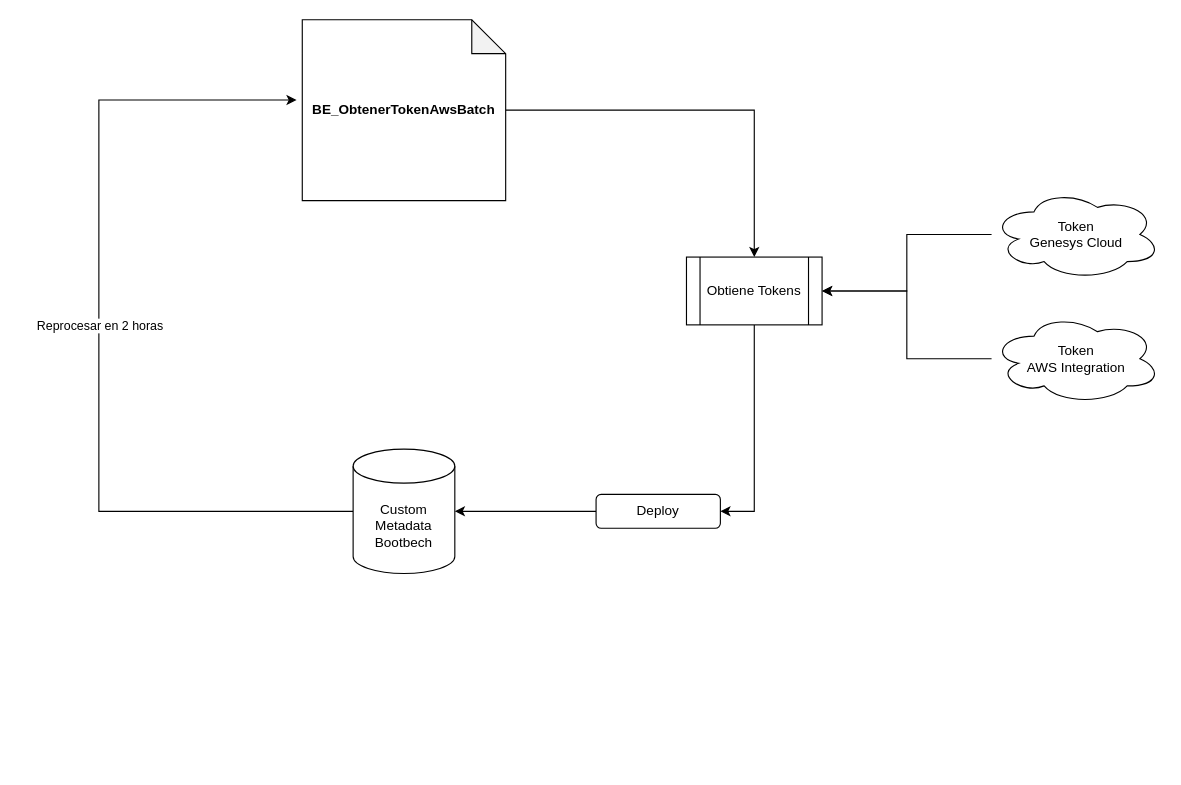
nonate/personalProject keeps this draw.io diagram as Batch.drawio. Above is the earlier version. Source tidied: cells renumbered, new cells numbered last; positions are measured from the earlier drawing's top-left corner, leaving out a move shared by most shapes. Both pictures are drawn from the tidied source at 113%, with x=0, y=0 at pixel (98, 19).
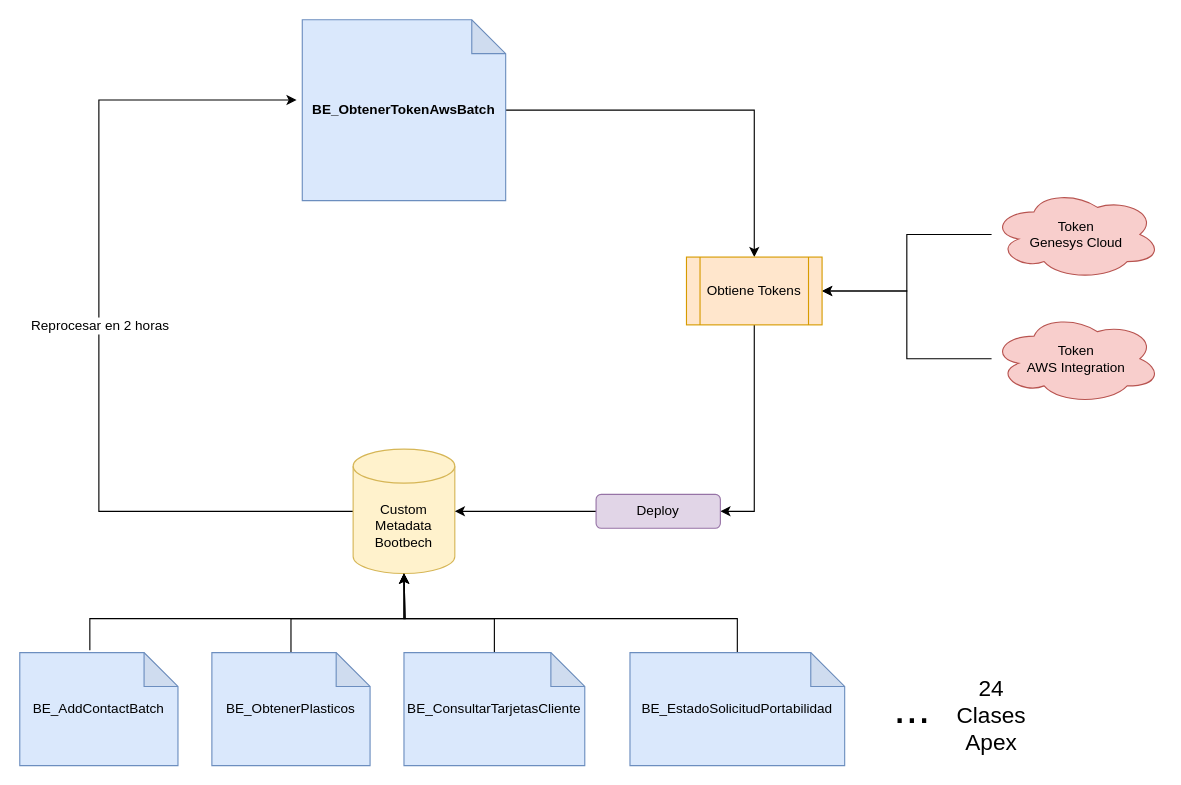
The same diagram, later.

The change refers to these unchanged cells:
```xml
<mxCell id="4" style="edgeStyle=orthogonalEdgeStyle;rounded=0;jettySize=auto;html=1;entryX=-0.028;entryY=0.444;entryDx=0;entryDy=0;entryPerimeter=0;exitX=0;exitY=0.5;exitDx=0;exitDy=0;exitPerimeter=0;" parent="1" edge="1" source="6" target="3">
  <mxGeometry relative="1" as="geometry">
    <Array as="points">
      <mxPoint y="435" />
      <mxPoint y="71" />
    </Array>
  </mxGeometry>
</mxCell>
```

Diff of the diagram source:
```diff
@@
-    <mxCell id="3" value="&lt;b&gt;BE_ObtenerTokenAwsBatch&lt;/b&gt;&lt;br&gt;" style="shape=note;whiteSpace=wrap;html=1;backgroundOutline=1;darkOpacity=0.05;" parent="1" vertex="1">
+    <mxCell id="3" value="&lt;b&gt;BE_ObtenerTokenAwsBatch&lt;/b&gt;&lt;br&gt;" style="shape=note;whiteSpace=wrap;html=1;backgroundOutline=1;darkOpacity=0.05;fillColor=#dae8fc;strokeColor=#6c8ebf;" parent="1" vertex="1">
       <mxGeometry x="180" width="180" height="160" as="geometry" />
     </mxCell>
@@
-    <mxCell id="5" value="Reprocesar en 2 horas" style="edgeLabel;html=1;align=center;verticalAlign=middle;" parent="4" vertex="1">
+    <mxCell id="5" value="&lt;font style=&quot;font-size: 12px;&quot;&gt;Reprocesar en 2 horas&lt;/font&gt;" style="edgeLabel;html=1;align=center;verticalAlign=middle;" parent="4" vertex="1">
       <mxGeometry x="0.02" relative="1" as="geometry" />
     </mxCell>
-    <mxCell id="6" value="Custom Metadata&lt;br&gt;Bootbech" style="shape=cylinder3;whiteSpace=wrap;html=1;boundedLbl=1;backgroundOutline=1;size=15;" parent="1" vertex="1">
+    <mxCell id="6" value="Custom Metadata&lt;br&gt;Bootbech" style="shape=cylinder3;whiteSpace=wrap;html=1;boundedLbl=1;backgroundOutline=1;size=15;fillColor=#fff2cc;strokeColor=#d6b656;" parent="1" vertex="1">
       <mxGeometry x="225" y="380" width="90" height="110" as="geometry" />
     </mxCell>
@@
-    <mxCell id="8" value="Token&lt;br&gt;Genesys Cloud" style="ellipse;shape=cloud;whiteSpace=wrap;html=1;" parent="1" vertex="1">
+    <mxCell id="8" value="Token&lt;br&gt;Genesys Cloud" style="ellipse;shape=cloud;whiteSpace=wrap;html=1;fillColor=#f8cecc;strokeColor=#b85450;" parent="1" vertex="1">
       <mxGeometry x="790" y="150" width="150" height="80" as="geometry" />
     </mxCell>
@@
-    <mxCell id="10" value="Token&lt;br&gt;AWS Integration" style="ellipse;shape=cloud;whiteSpace=wrap;html=1;" parent="1" vertex="1">
+    <mxCell id="10" value="Token&lt;br&gt;AWS Integration" style="ellipse;shape=cloud;whiteSpace=wrap;html=1;fillColor=#f8cecc;strokeColor=#b85450;" parent="1" vertex="1">
       <mxGeometry x="790" y="260" width="150" height="80" as="geometry" />
     </mxCell>
@@
-    <mxCell id="12" value="Obtiene Tokens" style="shape=process;whiteSpace=wrap;html=1;backgroundOutline=1;" parent="1" vertex="1">
+    <mxCell id="12" value="Obtiene Tokens" style="shape=process;whiteSpace=wrap;html=1;backgroundOutline=1;fillColor=#ffe6cc;strokeColor=#d79b00;" parent="1" vertex="1">
       <mxGeometry x="520" y="210" width="120" height="60" as="geometry" />
     </mxCell>
@@
-    <mxCell id="14" value="Deploy" style="rounded=1;whiteSpace=wrap;html=1;" parent="1" vertex="1">
+    <mxCell id="14" value="Deploy" style="rounded=1;whiteSpace=wrap;html=1;fillColor=#e1d5e7;strokeColor=#9673a6;" parent="1" vertex="1">
       <mxGeometry x="440" y="420" width="110" height="30" as="geometry" />
     </mxCell>
+    <mxCell id="15" style="edgeStyle=orthogonalEdgeStyle;rounded=0;jettySize=auto;html=1;exitX=0.443;exitY=-0.02;exitDx=0;exitDy=0;exitPerimeter=0;" parent="1" edge="1" source="16" target="6">
+      <mxGeometry relative="1" as="geometry">
+        <Array as="points">
+          <mxPoint x="-8" y="530" />
+          <mxPoint x="270" y="530" />
+        </Array>
+      </mxGeometry>
+    </mxCell>
+    <mxCell id="16" value="BE_AddContactBatch" style="shape=note;whiteSpace=wrap;html=1;backgroundOutline=1;darkOpacity=0.05;fillColor=#dae8fc;strokeColor=#6c8ebf;" parent="1" vertex="1">
+      <mxGeometry x="-70" y="560" width="140" height="100" as="geometry" />
+    </mxCell>
+    <mxCell id="17" style="edgeStyle=orthogonalEdgeStyle;rounded=0;jettySize=auto;html=1;exitX=0.5;exitY=0;exitDx=0;exitDy=0;exitPerimeter=0;" parent="1" edge="1" source="18">
+      <mxGeometry relative="1" as="geometry">
+        <mxPoint x="270" y="490" as="targetPoint" />
+        <Array as="points">
+          <mxPoint x="170" y="530" />
+          <mxPoint x="271" y="530" />
+        </Array>
+      </mxGeometry>
+    </mxCell>
+    <mxCell id="18" value="BE_ObtenerPlasticos" style="shape=note;whiteSpace=wrap;html=1;backgroundOutline=1;darkOpacity=0.05;fillColor=#dae8fc;strokeColor=#6c8ebf;" parent="1" vertex="1">
+      <mxGeometry x="100" y="560" width="140" height="100" as="geometry" />
+    </mxCell>
+    <mxCell id="19" style="edgeStyle=orthogonalEdgeStyle;rounded=0;jettySize=auto;html=1;" parent="1" edge="1" source="20">
+      <mxGeometry relative="1" as="geometry">
+        <mxPoint x="270" y="490" as="targetPoint" />
+        <Array as="points">
+          <mxPoint x="350" y="530" />
+          <mxPoint x="271" y="530" />
+        </Array>
+      </mxGeometry>
+    </mxCell>
+    <mxCell id="20" value="BE_ConsultarTarjetasCliente" style="shape=note;whiteSpace=wrap;html=1;backgroundOutline=1;darkOpacity=0.05;fillColor=#dae8fc;strokeColor=#6c8ebf;" parent="1" vertex="1">
+      <mxGeometry x="270" y="560" width="160" height="100" as="geometry" />
+    </mxCell>
+    <mxCell id="21" style="edgeStyle=orthogonalEdgeStyle;rounded=0;jettySize=auto;html=1;entryX=0.5;entryY=1;entryDx=0;entryDy=0;entryPerimeter=0;exitX=0.5;exitY=0;exitDx=0;exitDy=0;exitPerimeter=0;" parent="1" edge="1" source="22" target="6">
+      <mxGeometry relative="1" as="geometry">
+        <Array as="points">
+          <mxPoint x="565" y="530" />
+          <mxPoint x="270" y="530" />
+        </Array>
+      </mxGeometry>
+    </mxCell>
+    <mxCell id="22" value="BE_EstadoSolicitudPortabilidad" style="shape=note;whiteSpace=wrap;html=1;backgroundOutline=1;darkOpacity=0.05;fillColor=#dae8fc;strokeColor=#6c8ebf;" parent="1" vertex="1">
+      <mxGeometry x="470" y="560" width="190" height="100" as="geometry" />
+    </mxCell>
+    <mxCell id="23" value="&lt;font style=&quot;font-size: 39px;&quot;&gt;...&lt;/font&gt;" style="text;html=1;strokeColor=none;fillColor=none;align=center;verticalAlign=middle;whiteSpace=wrap;rounded=0;" parent="1" vertex="1">
+      <mxGeometry x="690" y="595" width="60" height="30" as="geometry" />
+    </mxCell>
+    <mxCell id="24" value="&lt;font style=&quot;font-size: 20px;&quot;&gt;24 Clases Apex&lt;/font&gt;" style="text;html=1;strokeColor=none;fillColor=none;align=center;verticalAlign=middle;whiteSpace=wrap;rounded=0;" parent="1" vertex="1">
+      <mxGeometry x="760" y="600" width="60" height="30" as="geometry" />
+    </mxCell>
```
